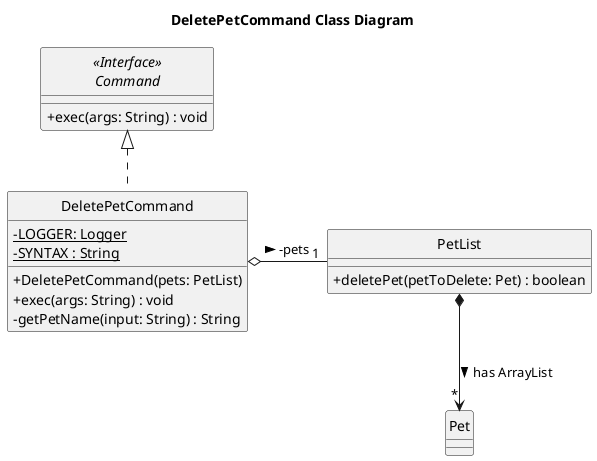
Before: docs/diagrams/DeletePetCommand_Class_Diagram.png, a diagram exported from PlantUML (Kevin88866/tp).
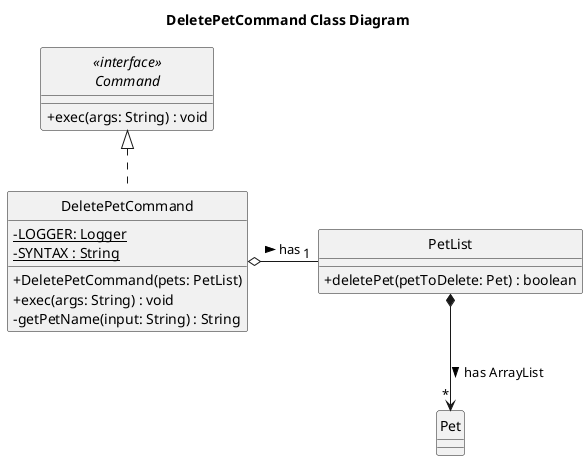
Above is the later version.

What changed in the source:
```diff
@@ -4,7 +4,7 @@
 
 title DeletePetCommand Class Diagram
 
-interface "<<Interface>>\nCommand" as Command {
+interface "<<interface>>\nCommand" as Command {
     + exec(args: String) : void
 }
 
@@ -26,7 +26,7 @@
 
 Command <|.. DeletePetCommand
 
-DeletePetCommand o-- "1" PetList : -pets >
+DeletePetCommand o-- "1" PetList : has >
 
 PetList *--> "*" Pet : has ArrayList >
 
```
